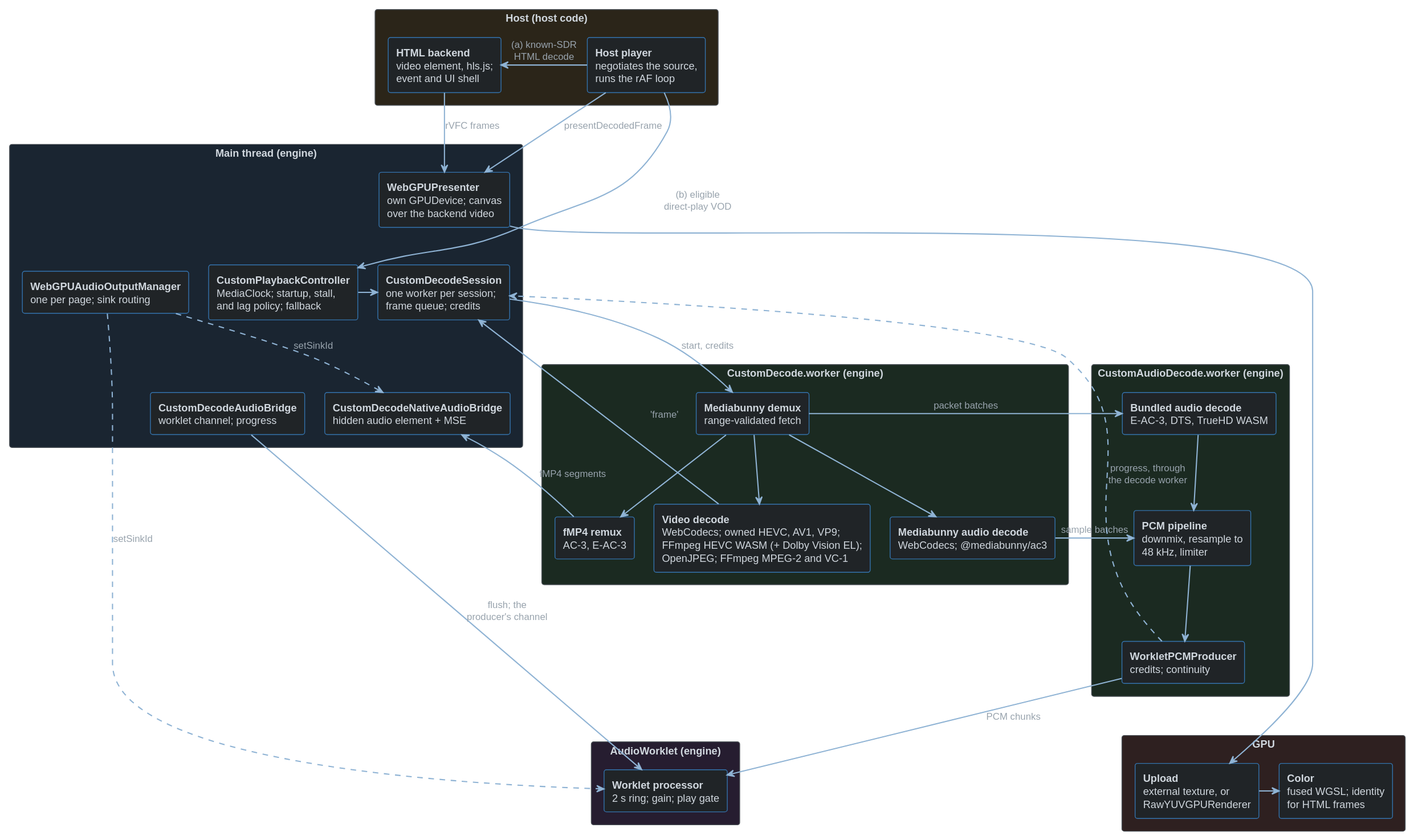
This is docs/src/diagrams/architecture-layers.dark.svg from alchemyyy/WebGPU-Player, a PlantUML export, as it was before one commit.
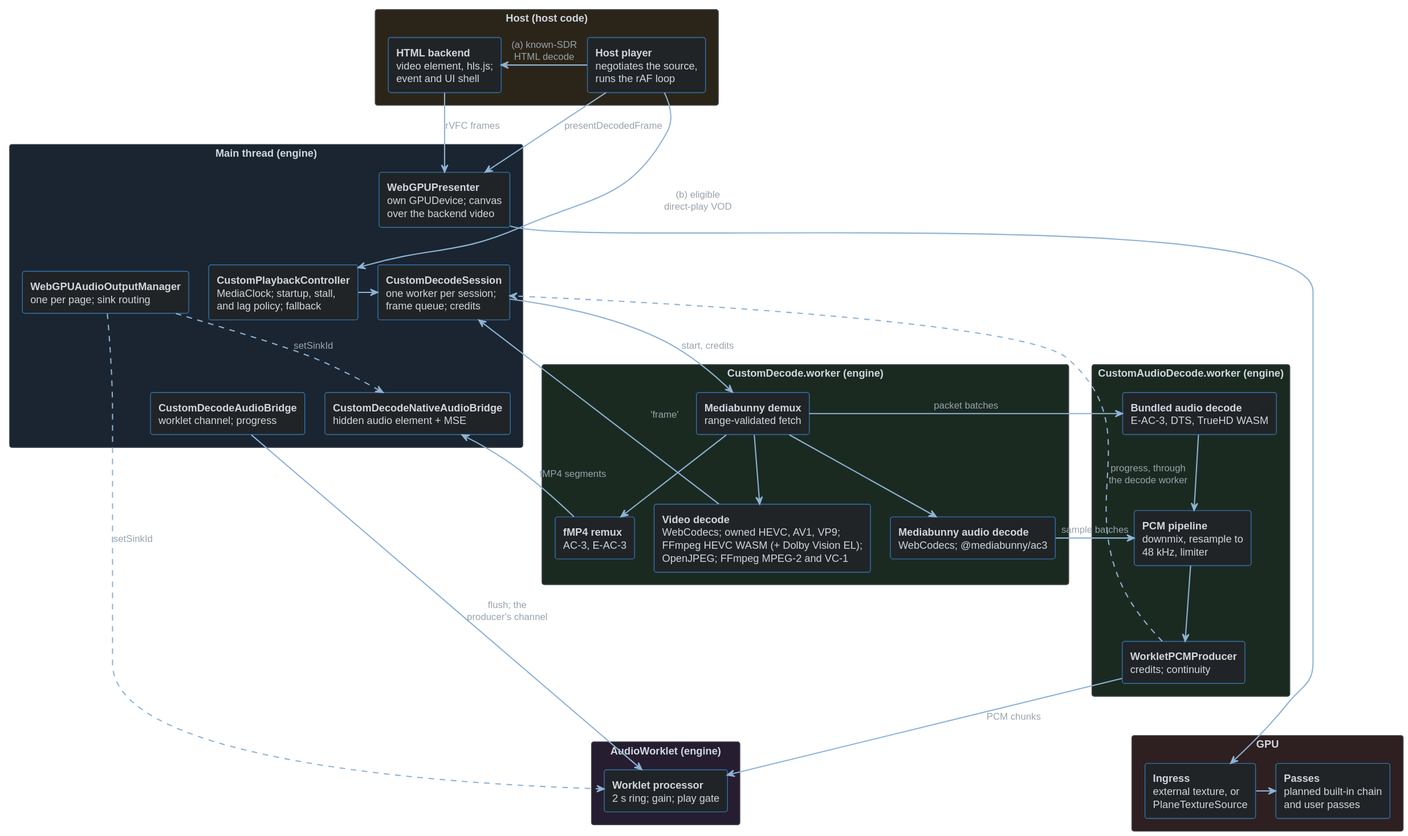
Later version of the same file.

Change to the diagram source:
```diff
@@ -35,8 +35,8 @@
 }
 
 rectangle "GPU" $BOX_GPU {
-  rectangle "**Upload**\nexternal texture, or\nRawYUVGPURenderer" as upload
-  rectangle "**Color**\nfused WGSL; identity\nfor HTML frames" as colorShader
+  rectangle "**Ingress**\nexternal texture, or\nPlaneTextureSource" as upload
+  rectangle "**Passes**\nplanned built-in chain\nand user passes" as colorShader
 }
 
 hostPlayer -right-> htmlBackend : (a) known-SDR\nHTML decode
```
